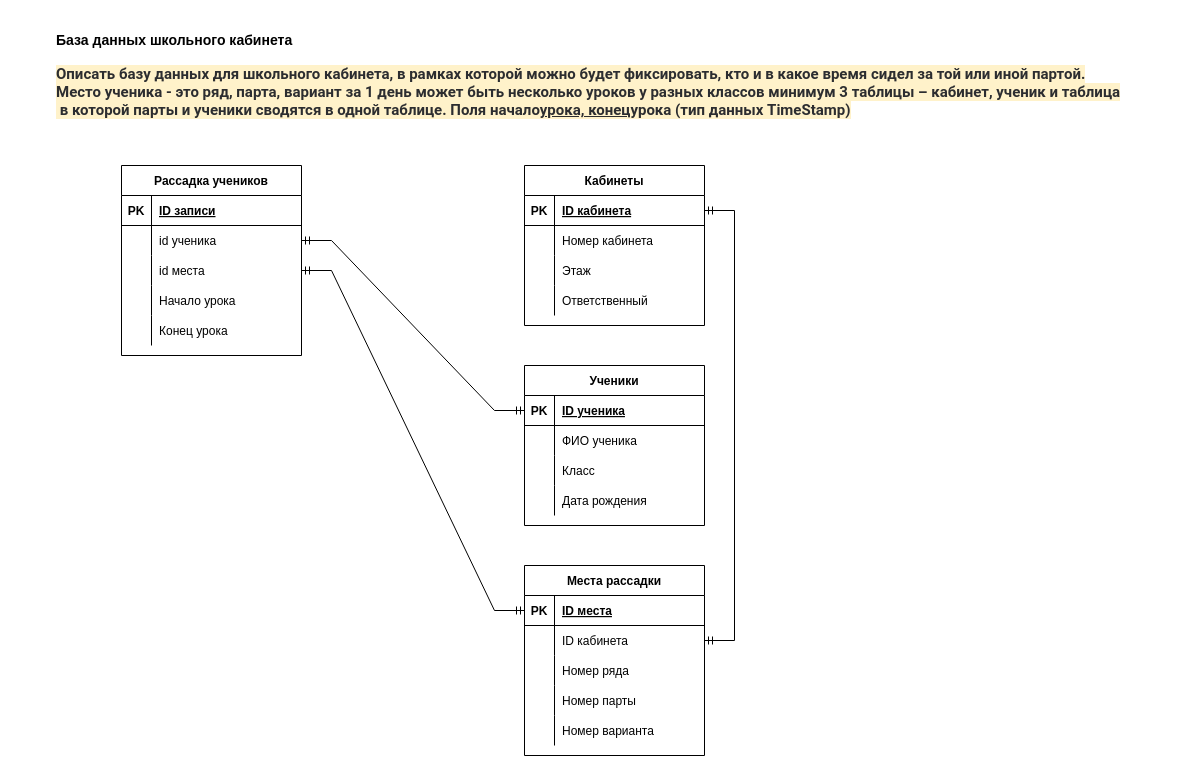
Above: Untitled Diagram.drawio in Shinkobu/Dotnet (draw.io), before the change. Source tidied: cells renumbered, new cells numbered last; positions are measured from the earlier drawing's top-left corner, leaving out a move shared by most shapes. Both pictures are drawn from the tidied source at 100%, with x=0, y=0 at pixel (54, 25).
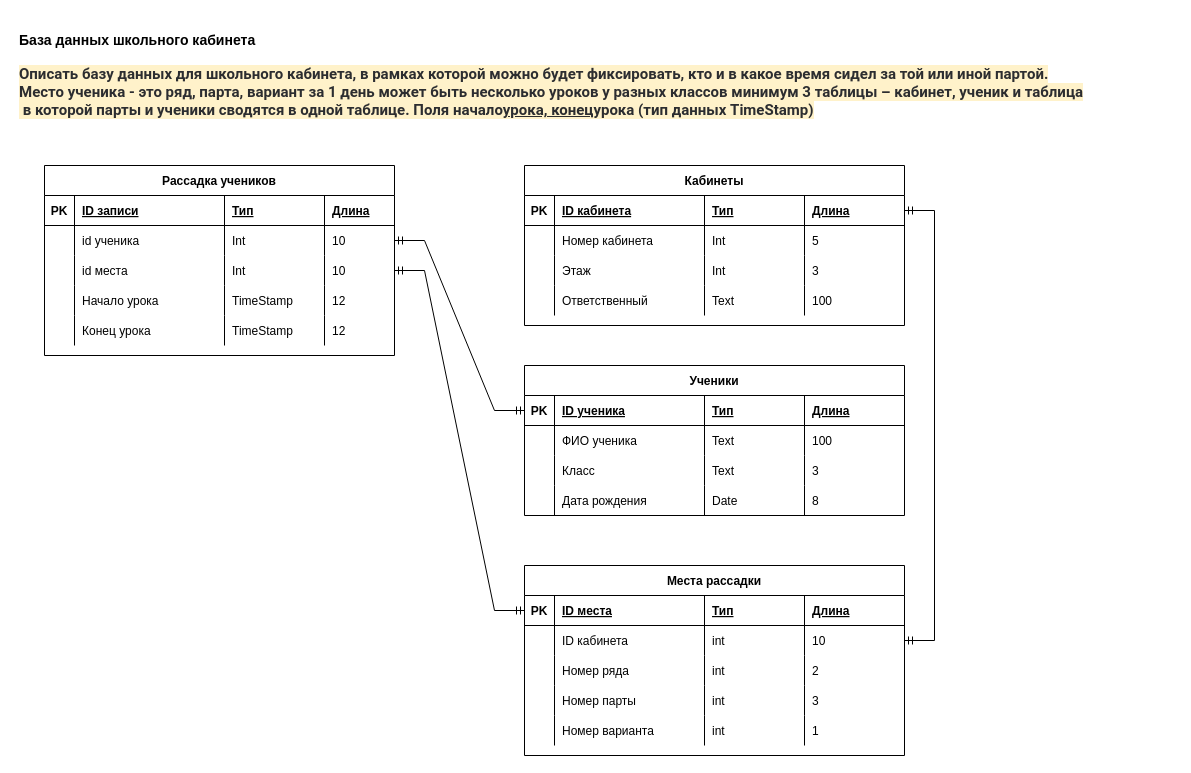
Above is the later version.

Diff of the diagram source:
```diff
@@
     <mxCell id="2" value="&lt;h3&gt;База данных школьного кабинета&lt;br&gt;&amp;nbsp;&lt;br&gt;&lt;span style=&quot;color: rgb(44 , 45 , 48) ; font-family: &amp;#34;roboto&amp;#34; , &amp;#34;san francisco&amp;#34; , &amp;#34;helvetica neue&amp;#34; , &amp;#34;helvetica&amp;#34; , &amp;#34;arial&amp;#34; ; font-size: 15px ; background-color: rgb(255 , 242 , 202)&quot;&gt;Описать базу данных для школьного кабинета, в рамках которой можно будет фиксировать, кто и в какое время сидел за той или иной партой.&lt;br&gt; &lt;/span&gt;&lt;span style=&quot;color: rgb(44 , 45 , 48) ; font-family: &amp;#34;roboto&amp;#34; , &amp;#34;san francisco&amp;#34; , &amp;#34;helvetica neue&amp;#34; , &amp;#34;helvetica&amp;#34; , &amp;#34;arial&amp;#34; ; font-size: 15px ; background-color: rgb(255 , 242 , 202)&quot;&gt;М&lt;/span&gt;&lt;span style=&quot;color: rgb(44 , 45 , 48) ; font-family: &amp;#34;roboto&amp;#34; , &amp;#34;san francisco&amp;#34; , &amp;#34;helvetica neue&amp;#34; , &amp;#34;helvetica&amp;#34; , &amp;#34;arial&amp;#34; ; font-size: 15px ; background-color: rgb(255 , 242 , 202)&quot;&gt;есто ученика - это ряд, парта, вариант&amp;nbsp;&lt;/span&gt;&lt;span style=&quot;color: rgb(44 , 45 , 48) ; font-family: &amp;#34;roboto&amp;#34; , &amp;#34;san francisco&amp;#34; , &amp;#34;helvetica neue&amp;#34; , &amp;#34;helvetica&amp;#34; , &amp;#34;arial&amp;#34; ; font-size: 15px ; background-color: rgb(255 , 242 , 202)&quot;&gt;за 1 день может быть несколько уроков у разных классов&amp;nbsp;&lt;/span&gt;&lt;span style=&quot;color: rgb(44 , 45 , 48) ; font-family: &amp;#34;roboto&amp;#34; , &amp;#34;san francisco&amp;#34; , &amp;#34;helvetica neue&amp;#34; , &amp;#34;helvetica&amp;#34; , &amp;#34;arial&amp;#34; ; font-size: 15px ; background-color: rgb(255 , 242 , 202)&quot;&gt;минимум 3 таблицы – кабинет, ученик и таблица&lt;br&gt;&amp;nbsp;в которой парты и ученики сводятся в одной таблице. П&lt;/span&gt;&lt;span style=&quot;color: rgb(44 , 45 , 48) ; font-family: &amp;#34;roboto&amp;#34; , &amp;#34;san francisco&amp;#34; , &amp;#34;helvetica neue&amp;#34; , &amp;#34;helvetica&amp;#34; , &amp;#34;arial&amp;#34; ; font-size: 15px ; background-color: rgb(255 , 242 , 202)&quot;&gt;оля начало&lt;/span&gt;&lt;u style=&quot;box-sizing: border-box ; color: rgb(44 , 45 , 48) ; font-family: &amp;#34;roboto&amp;#34; , &amp;#34;san francisco&amp;#34; , &amp;#34;helvetica neue&amp;#34; , &amp;#34;helvetica&amp;#34; , &amp;#34;arial&amp;#34; ; font-size: 15px ; background-color: rgb(255 , 242 , 202)&quot;&gt;урока, конец&lt;/u&gt;&lt;span style=&quot;color: rgb(44 , 45 , 48) ; font-family: &amp;#34;roboto&amp;#34; , &amp;#34;san francisco&amp;#34; , &amp;#34;helvetica neue&amp;#34; , &amp;#34;helvetica&amp;#34; , &amp;#34;arial&amp;#34; ; font-size: 15px ; background-color: rgb(255 , 242 , 202)&quot;&gt;урока (тип данных TimeStamp)&lt;/span&gt;&lt;/h3&gt;" style="text;html=1;align=left;verticalAlign=middle;strokeColor=none;fillColor=none;" parent="1" vertex="1">
-      <mxGeometry width="1120" height="100" as="geometry" />
+      <mxGeometry x="-37" width="1120" height="100" as="geometry" />
     </mxCell>
     <mxCell id="3" value="Кабинеты" style="shape=table;startSize=30;childLayout=tableLayout;rowLines=0;fontStyle=1;align=center;" parent="1" vertex="1">
-      <mxGeometry x="470" y="140" width="180" height="160" as="geometry" />
+      <mxGeometry x="470" y="140" width="380" height="160" as="geometry" />
     </mxCell>
     <mxCell id="4" style="shape=tableRow;horizontal=0;startSize=0;swimlaneHead=0;swimlaneBody=0;fillColor=none;points=[[0,0.5],[1,0.5]];portConstraint=eastwest;top=0;left=0;right=0;bottom=1;" parent="3" vertex="1">
-      <mxGeometry y="30" width="180" height="30" as="geometry" />
+      <mxGeometry y="30" width="380" height="30" as="geometry" />
     </mxCell>
@@
+    <mxCell id="64" value="Тип" style="shape=partialRectangle;fillColor=none;top=0;left=0;bottom=0;right=0;align=left;spacingLeft=6;fontStyle=5;overflow=hidden;" parent="4" vertex="1">
+      <mxGeometry x="180" width="100" height="30" as="geometry" />
+    </mxCell>
+    <mxCell id="65" value="Длина" style="shape=partialRectangle;fillColor=none;top=0;left=0;bottom=0;right=0;align=left;spacingLeft=6;fontStyle=5;overflow=hidden;" parent="4" vertex="1">
+      <mxGeometry x="280" width="100" height="30" as="geometry" />
+    </mxCell>
     <mxCell id="7" style="shape=tableRow;horizontal=0;startSize=0;swimlaneHead=0;swimlaneBody=0;fillColor=none;top=0;left=0;right=0;bottom=0;" parent="3" vertex="1">
-      <mxGeometry y="60" width="180" height="30" as="geometry" />
+      <mxGeometry y="60" width="380" height="30" as="geometry" />
     </mxCell>
@@
+    <mxCell id="66" value="Int" style="shape=partialRectangle;fillColor=none;top=0;left=0;bottom=0;right=0;align=left;spacingLeft=6;overflow=hidden;" parent="7" vertex="1">
+      <mxGeometry x="180" width="100" height="30" as="geometry" />
+    </mxCell>
+    <mxCell id="67" value="5" style="shape=partialRectangle;fillColor=none;top=0;left=0;bottom=0;right=0;align=left;spacingLeft=6;overflow=hidden;" parent="7" vertex="1">
+      <mxGeometry x="280" width="100" height="30" as="geometry" />
+    </mxCell>
     <mxCell id="10" style="shape=tableRow;horizontal=0;startSize=0;swimlaneHead=0;swimlaneBody=0;fillColor=none;top=0;left=0;right=0;bottom=0;" parent="3" vertex="1">
-      <mxGeometry y="90" width="180" height="30" as="geometry" />
+      <mxGeometry y="90" width="380" height="30" as="geometry" />
     </mxCell>
@@
+    <mxCell id="68" value="Int    " style="shape=partialRectangle;fillColor=none;top=0;left=0;bottom=0;right=0;align=left;spacingLeft=6;overflow=hidden;" parent="10" vertex="1">
+      <mxGeometry x="180" width="100" height="30" as="geometry" />
+    </mxCell>
+    <mxCell id="69" value="3" style="shape=partialRectangle;fillColor=none;top=0;left=0;bottom=0;right=0;align=left;spacingLeft=6;overflow=hidden;" parent="10" vertex="1">
+      <mxGeometry x="280" width="100" height="30" as="geometry" />
+    </mxCell>
     <mxCell id="13" style="shape=tableRow;horizontal=0;startSize=0;swimlaneHead=0;swimlaneBody=0;fillColor=none;top=0;left=0;right=0;bottom=0;" parent="3" vertex="1">
-      <mxGeometry y="120" width="180" height="30" as="geometry" />
+      <mxGeometry y="120" width="380" height="30" as="geometry" />
     </mxCell>
@@
+    <mxCell id="70" value="Text" style="shape=partialRectangle;fillColor=none;top=0;left=0;bottom=0;right=0;align=left;spacingLeft=6;overflow=hidden;" parent="13" vertex="1">
+      <mxGeometry x="180" width="100" height="30" as="geometry" />
+    </mxCell>
+    <mxCell id="71" value="100" style="shape=partialRectangle;fillColor=none;top=0;left=0;bottom=0;right=0;align=left;spacingLeft=6;overflow=hidden;" parent="13" vertex="1">
+      <mxGeometry x="280" width="100" height="30" as="geometry" />
+    </mxCell>
     <mxCell id="16" value="Ученики" style="shape=table;startSize=30;childLayout=tableLayout;rowLines=0;fontStyle=1;align=center;" parent="1" vertex="1">
-      <mxGeometry x="470" y="340" width="180" height="160" as="geometry" />
+      <mxGeometry x="470" y="340" width="380" height="150" as="geometry" />
     </mxCell>
     <mxCell id="17" style="shape=tableRow;horizontal=0;startSize=0;swimlaneHead=0;swimlaneBody=0;fillColor=none;points=[[0,0.5],[1,0.5]];portConstraint=eastwest;top=0;left=0;right=0;bottom=1;" parent="16" vertex="1">
-      <mxGeometry y="30" width="180" height="30" as="geometry" />
+      <mxGeometry y="30" width="380" height="30" as="geometry" />
     </mxCell>
@@
+    <mxCell id="72" value="Тип" style="shape=partialRectangle;fillColor=none;top=0;left=0;bottom=0;right=0;align=left;spacingLeft=6;fontStyle=5;overflow=hidden;" parent="17" vertex="1">
+      <mxGeometry x="180" width="100" height="30" as="geometry" />
+    </mxCell>
+    <mxCell id="73" value="Длина" style="shape=partialRectangle;fillColor=none;top=0;left=0;bottom=0;right=0;align=left;spacingLeft=6;fontStyle=5;overflow=hidden;" parent="17" vertex="1">
+      <mxGeometry x="280" width="100" height="30" as="geometry" />
+    </mxCell>
     <mxCell id="20" style="shape=tableRow;horizontal=0;startSize=0;swimlaneHead=0;swimlaneBody=0;fillColor=none;top=0;left=0;right=0;bottom=0;" parent="16" vertex="1">
-      <mxGeometry y="60" width="180" height="30" as="geometry" />
+      <mxGeometry y="60" width="380" height="30" as="geometry" />
     </mxCell>
@@
+    <mxCell id="74" value="Text" style="shape=partialRectangle;fillColor=none;top=0;left=0;bottom=0;right=0;align=left;spacingLeft=6;overflow=hidden;" parent="20" vertex="1">
+      <mxGeometry x="180" width="100" height="30" as="geometry" />
+    </mxCell>
+    <mxCell id="75" value="100" style="shape=partialRectangle;fillColor=none;top=0;left=0;bottom=0;right=0;align=left;spacingLeft=6;overflow=hidden;" parent="20" vertex="1">
+      <mxGeometry x="280" width="100" height="30" as="geometry" />
+    </mxCell>
     <mxCell id="23" style="shape=tableRow;horizontal=0;startSize=0;swimlaneHead=0;swimlaneBody=0;fillColor=none;top=0;left=0;right=0;bottom=0;" parent="16" vertex="1">
-      <mxGeometry y="90" width="180" height="30" as="geometry" />
+      <mxGeometry y="90" width="380" height="30" as="geometry" />
     </mxCell>
@@
+    <mxCell id="76" value="Text" style="shape=partialRectangle;fillColor=none;top=0;left=0;bottom=0;right=0;align=left;spacingLeft=6;overflow=hidden;" parent="23" vertex="1">
+      <mxGeometry x="180" width="100" height="30" as="geometry" />
+    </mxCell>
+    <mxCell id="77" value="3" style="shape=partialRectangle;fillColor=none;top=0;left=0;bottom=0;right=0;align=left;spacingLeft=6;overflow=hidden;" parent="23" vertex="1">
+      <mxGeometry x="280" width="100" height="30" as="geometry" />
+    </mxCell>
     <mxCell id="26" style="shape=tableRow;horizontal=0;startSize=0;swimlaneHead=0;swimlaneBody=0;fillColor=none;top=0;left=0;right=0;bottom=0;" parent="16" vertex="1">
-      <mxGeometry y="120" width="180" height="30" as="geometry" />
+      <mxGeometry y="120" width="380" height="30" as="geometry" />
     </mxCell>
@@
+    <mxCell id="78" value="Date" style="shape=partialRectangle;fillColor=none;top=0;left=0;bottom=0;right=0;align=left;spacingLeft=6;overflow=hidden;" parent="26" vertex="1">
+      <mxGeometry x="180" width="100" height="30" as="geometry" />
+    </mxCell>
+    <mxCell id="79" value="8" style="shape=partialRectangle;fillColor=none;top=0;left=0;bottom=0;right=0;align=left;spacingLeft=6;overflow=hidden;" parent="26" vertex="1">
+      <mxGeometry x="280" width="100" height="30" as="geometry" />
+    </mxCell>
     <mxCell id="29" value="Рассадка учеников" style="shape=table;startSize=30;childLayout=tableLayout;rowLines=0;fontStyle=1;align=center;" parent="1" vertex="1">
-      <mxGeometry x="67" y="140" width="180" height="190" as="geometry" />
+      <mxGeometry x="-10" y="140" width="350" height="190" as="geometry" />
     </mxCell>
     <mxCell id="30" style="shape=tableRow;horizontal=0;startSize=0;swimlaneHead=0;swimlaneBody=0;fillColor=none;top=0;left=0;right=0;bottom=1;" parent="29" vertex="1">
-      <mxGeometry y="30" width="180" height="30" as="geometry" />
+      <mxGeometry y="30" width="350" height="30" as="geometry" />
     </mxCell>
@@
+    <mxCell id="80" value="Тип" style="shape=partialRectangle;fillColor=none;top=0;left=0;bottom=0;right=0;align=left;spacingLeft=6;fontStyle=5;overflow=hidden;" parent="30" vertex="1">
+      <mxGeometry x="180" width="100" height="30" as="geometry" />
+    </mxCell>
+    <mxCell id="81" value="Длина" style="shape=partialRectangle;fillColor=none;top=0;left=0;bottom=0;right=0;align=left;spacingLeft=6;fontStyle=5;overflow=hidden;" parent="30" vertex="1">
+      <mxGeometry x="280" width="70" height="30" as="geometry" />
+    </mxCell>
     <mxCell id="33" style="shape=tableRow;horizontal=0;startSize=0;swimlaneHead=0;swimlaneBody=0;fillColor=none;points=[[0,0.5],[1,0.5]];portConstraint=eastwest;top=0;left=0;right=0;bottom=0;" parent="29" vertex="1">
-      <mxGeometry y="60" width="180" height="30" as="geometry" />
+      <mxGeometry y="60" width="350" height="30" as="geometry" />
     </mxCell>
@@
+    <mxCell id="82" value="Int" style="shape=partialRectangle;fillColor=none;top=0;left=0;bottom=0;right=0;align=left;spacingLeft=6;overflow=hidden;" parent="33" vertex="1">
+      <mxGeometry x="180" width="100" height="30" as="geometry" />
+    </mxCell>
+    <mxCell id="83" value="10" style="shape=partialRectangle;fillColor=none;top=0;left=0;bottom=0;right=0;align=left;spacingLeft=6;overflow=hidden;" parent="33" vertex="1">
+      <mxGeometry x="280" width="70" height="30" as="geometry" />
+    </mxCell>
     <mxCell id="36" style="shape=tableRow;horizontal=0;startSize=0;swimlaneHead=0;swimlaneBody=0;fillColor=none;points=[[0,0.5],[1,0.5]];portConstraint=eastwest;top=0;left=0;right=0;bottom=0;" parent="29" vertex="1">
-      <mxGeometry y="90" width="180" height="30" as="geometry" />
+      <mxGeometry y="90" width="350" height="30" as="geometry" />
     </mxCell>
@@
+    <mxCell id="84" value="Int" style="shape=partialRectangle;fillColor=none;top=0;left=0;bottom=0;right=0;align=left;spacingLeft=6;overflow=hidden;" parent="36" vertex="1">
+      <mxGeometry x="180" width="100" height="30" as="geometry" />
+    </mxCell>
+    <mxCell id="85" value="10" style="shape=partialRectangle;fillColor=none;top=0;left=0;bottom=0;right=0;align=left;spacingLeft=6;overflow=hidden;" parent="36" vertex="1">
+      <mxGeometry x="280" width="70" height="30" as="geometry" />
+    </mxCell>
     <mxCell id="39" style="shape=tableRow;horizontal=0;startSize=0;swimlaneHead=0;swimlaneBody=0;fillColor=none;top=0;left=0;right=0;bottom=0;" parent="29" vertex="1">
-      <mxGeometry y="120" width="180" height="30" as="geometry" />
+      <mxGeometry y="120" width="350" height="30" as="geometry" />
     </mxCell>
@@
+    <mxCell id="86" value="TimeStamp    " style="shape=partialRectangle;fillColor=none;top=0;left=0;bottom=0;right=0;align=left;spacingLeft=6;overflow=hidden;" parent="39" vertex="1">
+      <mxGeometry x="180" width="100" height="30" as="geometry" />
+    </mxCell>
+    <mxCell id="87" value="12" style="shape=partialRectangle;fillColor=none;top=0;left=0;bottom=0;right=0;align=left;spacingLeft=6;overflow=hidden;" parent="39" vertex="1">
+      <mxGeometry x="280" width="70" height="30" as="geometry" />
+    </mxCell>
     <mxCell id="42" style="shape=tableRow;horizontal=0;startSize=0;swimlaneHead=0;swimlaneBody=0;fillColor=none;top=0;left=0;right=0;bottom=0;" parent="29" vertex="1">
-      <mxGeometry y="150" width="180" height="30" as="geometry" />
+      <mxGeometry y="150" width="350" height="30" as="geometry" />
     </mxCell>
@@
+    <mxCell id="88" value="TimeStamp    " style="shape=partialRectangle;fillColor=none;top=0;left=0;bottom=0;right=0;align=left;spacingLeft=6;overflow=hidden;" parent="42" vertex="1">
+      <mxGeometry x="180" width="100" height="30" as="geometry" />
+    </mxCell>
+    <mxCell id="89" value="12" style="shape=partialRectangle;fillColor=none;top=0;left=0;bottom=0;right=0;align=left;spacingLeft=6;overflow=hidden;" parent="42" vertex="1">
+      <mxGeometry x="280" width="70" height="30" as="geometry" />
+    </mxCell>
@@
     <mxCell id="46" value="Места рассадки" style="shape=table;startSize=30;childLayout=tableLayout;rowLines=0;fontStyle=1;align=center;" parent="1" vertex="1">
-      <mxGeometry x="470" y="540" width="180" height="190" as="geometry" />
+      <mxGeometry x="470" y="540" width="380" height="190" as="geometry" />
     </mxCell>
     <mxCell id="47" style="shape=tableRow;horizontal=0;startSize=0;swimlaneHead=0;swimlaneBody=0;fillColor=none;points=[[0,0.5],[1,0.5]];portConstraint=eastwest;top=0;left=0;right=0;bottom=1;" parent="46" vertex="1">
-      <mxGeometry y="30" width="180" height="30" as="geometry" />
+      <mxGeometry y="30" width="380" height="30" as="geometry" />
     </mxCell>
@@
+    <mxCell id="90" value="Тип" style="shape=partialRectangle;fillColor=none;top=0;left=0;bottom=0;right=0;align=left;spacingLeft=6;fontStyle=5;overflow=hidden;" parent="47" vertex="1">
+      <mxGeometry x="180" width="100" height="30" as="geometry" />
+    </mxCell>
+    <mxCell id="91" value="Длина" style="shape=partialRectangle;fillColor=none;top=0;left=0;bottom=0;right=0;align=left;spacingLeft=6;fontStyle=5;overflow=hidden;" parent="47" vertex="1">
+      <mxGeometry x="280" width="100" height="30" as="geometry" />
+    </mxCell>
     <mxCell id="50" style="shape=tableRow;horizontal=0;startSize=0;swimlaneHead=0;swimlaneBody=0;fillColor=none;points=[[0,0.5],[1,0.5]];portConstraint=eastwest;top=0;left=0;right=0;bottom=0;" parent="46" vertex="1">
-      <mxGeometry y="60" width="180" height="30" as="geometry" />
+      <mxGeometry y="60" width="380" height="30" as="geometry" />
     </mxCell>
@@
+    <mxCell id="92" value="int" style="shape=partialRectangle;fillColor=none;top=0;left=0;bottom=0;right=0;align=left;spacingLeft=6;overflow=hidden;" parent="50" vertex="1">
+      <mxGeometry x="180" width="100" height="30" as="geometry" />
+    </mxCell>
+    <mxCell id="93" value="10" style="shape=partialRectangle;fillColor=none;top=0;left=0;bottom=0;right=0;align=left;spacingLeft=6;overflow=hidden;" parent="50" vertex="1">
+      <mxGeometry x="280" width="100" height="30" as="geometry" />
+    </mxCell>
     <mxCell id="53" style="shape=tableRow;horizontal=0;startSize=0;swimlaneHead=0;swimlaneBody=0;fillColor=none;top=0;left=0;right=0;bottom=0;" parent="46" vertex="1">
-      <mxGeometry y="90" width="180" height="30" as="geometry" />
+      <mxGeometry y="90" width="380" height="30" as="geometry" />
     </mxCell>
@@
+    <mxCell id="94" value="int" style="shape=partialRectangle;fillColor=none;top=0;left=0;bottom=0;right=0;align=left;spacingLeft=6;overflow=hidden;" parent="53" vertex="1">
+      <mxGeometry x="180" width="100" height="30" as="geometry" />
+    </mxCell>
+    <mxCell id="95" value="2" style="shape=partialRectangle;fillColor=none;top=0;left=0;bottom=0;right=0;align=left;spacingLeft=6;overflow=hidden;" parent="53" vertex="1">
+      <mxGeometry x="280" width="100" height="30" as="geometry" />
+    </mxCell>
     <mxCell id="56" style="shape=tableRow;horizontal=0;startSize=0;swimlaneHead=0;swimlaneBody=0;fillColor=none;top=0;left=0;right=0;bottom=0;" parent="46" vertex="1">
-      <mxGeometry y="120" width="180" height="30" as="geometry" />
+      <mxGeometry y="120" width="380" height="30" as="geometry" />
     </mxCell>
@@
+    <mxCell id="96" value="int    " style="shape=partialRectangle;fillColor=none;top=0;left=0;bottom=0;right=0;align=left;spacingLeft=6;overflow=hidden;" parent="56" vertex="1">
+      <mxGeometry x="180" width="100" height="30" as="geometry" />
+    </mxCell>
+    <mxCell id="97" value="3" style="shape=partialRectangle;fillColor=none;top=0;left=0;bottom=0;right=0;align=left;spacingLeft=6;overflow=hidden;" parent="56" vertex="1">
+      <mxGeometry x="280" width="100" height="30" as="geometry" />
+    </mxCell>
     <mxCell id="59" style="shape=tableRow;horizontal=0;startSize=0;swimlaneHead=0;swimlaneBody=0;fillColor=none;top=0;left=0;right=0;bottom=0;" parent="46" vertex="1">
-      <mxGeometry y="150" width="180" height="30" as="geometry" />
+      <mxGeometry y="150" width="380" height="30" as="geometry" />
     </mxCell>
@@
+    <mxCell id="98" value="int" style="shape=partialRectangle;fillColor=none;top=0;left=0;bottom=0;right=0;align=left;spacingLeft=6;overflow=hidden;" parent="59" vertex="1">
+      <mxGeometry x="180" width="100" height="30" as="geometry" />
+    </mxCell>
+    <mxCell id="99" value="1" style="shape=partialRectangle;fillColor=none;top=0;left=0;bottom=0;right=0;align=left;spacingLeft=6;overflow=hidden;" parent="59" vertex="1">
+      <mxGeometry x="280" width="100" height="30" as="geometry" />
+    </mxCell>
```
